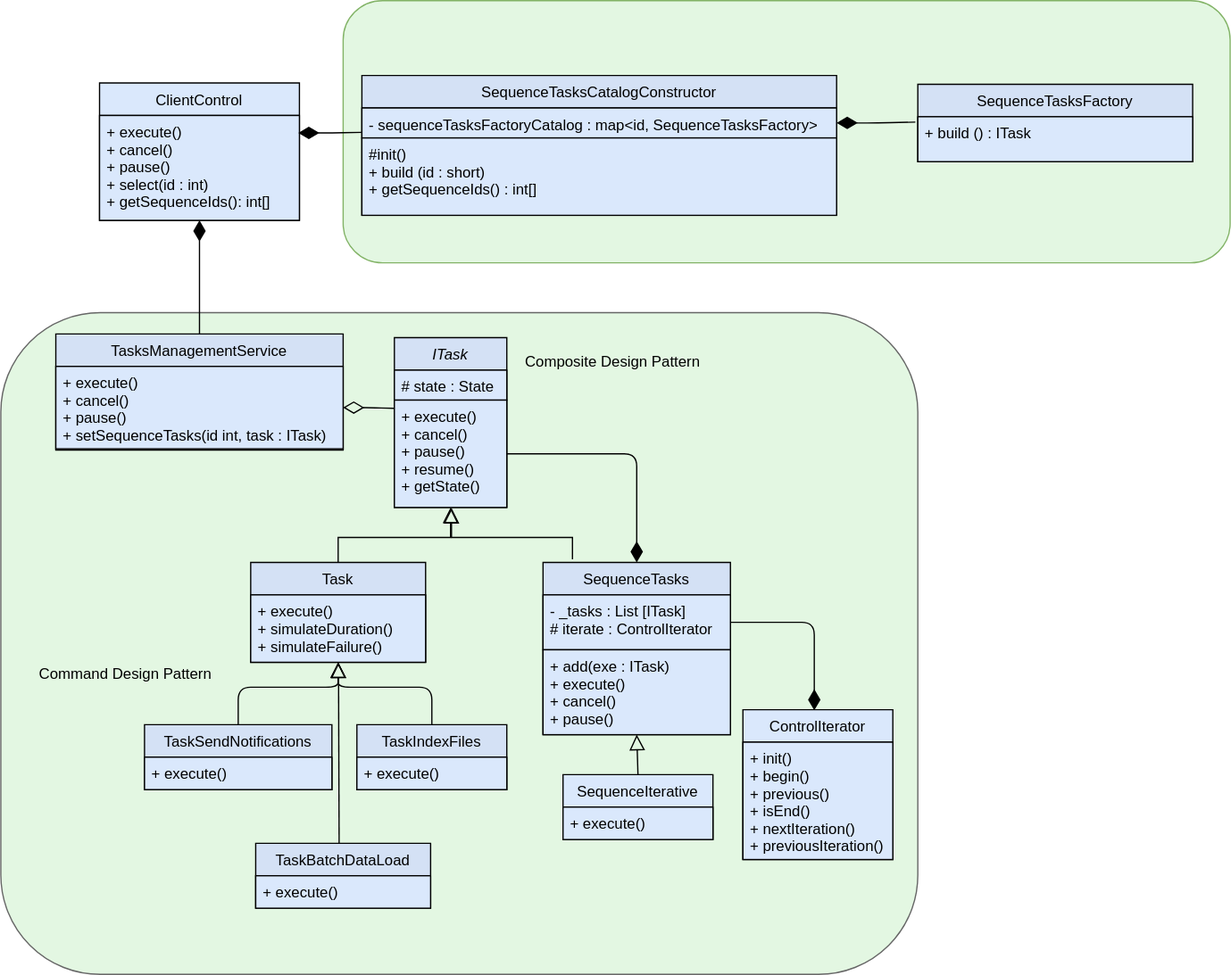
cguz/task-management-service keeps this draw.io diagram as design/TaskManagementService.svg. Above is the earlier version. Source tidied: cells renumbered, new cells last; positions are measured from the earlier drawing's top-left corner, leaving out a move shared by most shapes. Source of this version:
```xml
<mxGraphModel>
  <root>
    <mxCell id="0" />
    <mxCell id="1" parent="0" />
    <mxCell id="2" style="rounded=1;whiteSpace=wrap;html=1;strokeColor=#666666;fontColor=#333333;fillColor=#E3F7E2;" parent="1" vertex="1">
      <mxGeometry y="250" width="734" height="530" as="geometry" />
    </mxCell>
    <mxCell id="3" style="rounded=1;whiteSpace=wrap;html=1;strokeColor=#82b366;fillColor=#E3F7E2;" parent="1" vertex="1">
      <mxGeometry x="274" width="710" height="210" as="geometry" />
    </mxCell>
    <mxCell id="4" value="ITask" style="swimlane;fontStyle=2;align=center;verticalAlign=top;horizontal=1;startSize=26;rounded=0;shadow=0;strokeWidth=1;fillColor=#D4E1F5;" parent="1" vertex="1">
      <mxGeometry x="315" y="270" width="90" height="136" as="geometry" />
    </mxCell>
    <mxCell id="5" value="# state : State" style="text;align=left;verticalAlign=top;spacingLeft=4;spacingRight=4;overflow=hidden;fontStyle=0;fillColor=#dae8fc;strokeColor=#000000;" parent="4" vertex="1">
      <mxGeometry y="26" width="90" height="24" as="geometry" />
    </mxCell>
    <mxCell id="6" value="+ execute()&#10;+ cancel()&#10;+ pause()&#10;+ resume()&#10;+ getState()" style="text;align=left;verticalAlign=top;spacingLeft=4;spacingRight=4;overflow=hidden;points=[[0,0.5],[1,0.5]];portConstraint=eastwest;fillColor=#dae8fc;strokeColor=#000000;" parent="4" vertex="1">
      <mxGeometry y="50" width="90" height="86" as="geometry" />
    </mxCell>
    <mxCell id="7" value="Task" style="swimlane;fontStyle=0;align=center;verticalAlign=top;horizontal=1;startSize=26;rounded=0;shadow=0;strokeWidth=1;fillColor=#D4E1F5;" parent="1" vertex="1">
      <mxGeometry x="200" y="450" width="140" height="80" as="geometry" />
    </mxCell>
    <mxCell id="8" value="+ execute()&#10;+ simulateDuration()&#10;+ simulateFailure()" style="text;align=left;verticalAlign=top;spacingLeft=4;spacingRight=4;overflow=hidden;points=[[0,0.5],[1,0.5]];portConstraint=eastwest;fontStyle=0;fillColor=#dae8fc;strokeColor=#000000;" parent="7" vertex="1">
      <mxGeometry y="26" width="140" height="54" as="geometry" />
    </mxCell>
    <mxCell id="9" style="endArrow=block;endSize=10;endFill=0;shadow=0;strokeWidth=1;rounded=0;edgeStyle=elbowEdgeStyle;elbow=vertical;" parent="1" edge="1" source="7" target="4">
      <mxGeometry relative="1" as="geometry">
        <Array as="points">
          <mxPoint x="270" y="430" />
        </Array>
      </mxGeometry>
    </mxCell>
    <mxCell id="10" value="TaskIndexFiles" style="swimlane;fontStyle=0;align=center;verticalAlign=top;horizontal=1;startSize=26;rounded=0;shadow=0;strokeWidth=1;fillColor=#D4E1F5;" parent="1" vertex="1">
      <mxGeometry x="285" y="580" width="120" height="52" as="geometry" />
    </mxCell>
    <mxCell id="11" value="+ execute()" style="text;align=left;verticalAlign=top;spacingLeft=4;spacingRight=4;overflow=hidden;fontStyle=0;fillColor=#dae8fc;strokeColor=#000000;" parent="10" vertex="1">
      <mxGeometry y="26" width="120" height="26" as="geometry" />
    </mxCell>
    <mxCell id="12" value="TaskSendNotifications" style="swimlane;fontStyle=0;align=center;verticalAlign=top;horizontal=1;startSize=26;rounded=0;shadow=0;strokeWidth=1;fillColor=#D4E1F5;" parent="1" vertex="1">
      <mxGeometry x="115" y="580" width="150" height="52" as="geometry" />
    </mxCell>
    <mxCell id="13" value="+ execute()" style="text;align=left;verticalAlign=top;spacingLeft=4;spacingRight=4;overflow=hidden;fontStyle=0;fillColor=#dae8fc;strokeColor=#000000;" parent="12" vertex="1">
      <mxGeometry y="26" width="150" height="26" as="geometry" />
    </mxCell>
    <mxCell id="14" style="endArrow=block;endSize=10;endFill=0;html=1;entryX=0.5;entryY=1;entryDx=0;entryDy=0;exitX=0.5;exitY=0;exitDx=0;exitDy=0;" parent="1" edge="1" source="12" target="7">
      <mxGeometry relative="1" as="geometry">
        <Array as="points">
          <mxPoint x="190" y="550" />
          <mxPoint x="270" y="550" />
        </Array>
      </mxGeometry>
    </mxCell>
    <mxCell id="15" value="SequenceTasks" style="swimlane;fontStyle=0;align=center;verticalAlign=top;horizontal=1;startSize=26;rounded=0;shadow=0;strokeWidth=1;fillColor=#D4E1F5;" parent="1" vertex="1">
      <mxGeometry x="434" y="450" width="150" height="138" as="geometry" />
    </mxCell>
    <mxCell id="16" value="- _tasks : List [ITask]&#10;# iterate : ControlIterator&#10;" style="text;align=left;verticalAlign=top;spacingLeft=4;spacingRight=4;overflow=hidden;points=[[0,0.5],[1,0.5]];portConstraint=eastwest;fontStyle=0;fillColor=#dae8fc;strokeColor=#000000;" parent="15" vertex="1">
      <mxGeometry y="26" width="150" height="44" as="geometry" />
    </mxCell>
    <mxCell id="17" value="+ add(exe : ITask)&#10;+ execute()&#10;+ cancel()&#10;+ pause()&#10;&#10;" style="text;align=left;verticalAlign=top;spacingLeft=4;spacingRight=4;overflow=hidden;fontStyle=0;fillColor=#dae8fc;strokeColor=#000000;" parent="15" vertex="1">
      <mxGeometry y="70" width="150" height="68" as="geometry" />
    </mxCell>
    <mxCell id="18" value="SequenceIterative" style="swimlane;fontStyle=0;align=center;verticalAlign=top;horizontal=1;startSize=26;rounded=0;shadow=0;strokeWidth=1;fillColor=#dae8fc;" parent="1" vertex="1">
      <mxGeometry x="450" y="620" width="120" height="52" as="geometry" />
    </mxCell>
    <mxCell id="19" value="+ execute()" style="text;align=left;verticalAlign=top;spacingLeft=4;spacingRight=4;overflow=hidden;fontStyle=0;fillColor=#dae8fc;strokeColor=#000000;" parent="18" vertex="1">
      <mxGeometry y="26" width="120" height="26" as="geometry" />
    </mxCell>
    <mxCell id="20" style="endArrow=block;endSize=10;endFill=0;html=1;entryX=0.5;entryY=1;entryDx=0;entryDy=0;exitX=0.5;exitY=0;exitDx=0;exitDy=0;" parent="1" edge="1" source="18" target="15">
      <mxGeometry relative="1" as="geometry" />
    </mxCell>
    <mxCell id="21" style="endArrow=block;endSize=10;endFill=0;html=1;entryX=0.5;entryY=1;entryDx=0;entryDy=0;exitX=0.5;exitY=0;exitDx=0;exitDy=0;" parent="1" edge="1" source="10" target="7">
      <mxGeometry relative="1" as="geometry">
        <Array as="points">
          <mxPoint x="345" y="550" />
          <mxPoint x="270" y="550" />
        </Array>
      </mxGeometry>
    </mxCell>
    <mxCell id="22" style="endArrow=none;html=1;endSize=12;startArrow=diamondThin;startSize=14;startFill=1;edgeStyle=orthogonalEdgeStyle;align=left;verticalAlign=bottom;entryX=1;entryY=0.5;entryDx=0;entryDy=0;exitX=0.5;exitY=0;exitDx=0;exitDy=0;endFill=0;" parent="1" edge="1" source="15" target="6">
      <mxGeometry x="-1" y="3" relative="1" as="geometry" />
    </mxCell>
    <mxCell id="23" value="Composite Design Pattern" style="text;html=1;strokeColor=none;fillColor=none;align=center;verticalAlign=middle;whiteSpace=wrap;rounded=0;" parent="1" vertex="1">
      <mxGeometry x="410" y="280" width="160" height="20" as="geometry" />
    </mxCell>
    <mxCell id="24" value="Command Design Pattern" style="text;html=1;strokeColor=none;fillColor=none;align=center;verticalAlign=middle;whiteSpace=wrap;rounded=0;" parent="1" vertex="1">
      <mxGeometry x="20" y="530" width="160" height="20" as="geometry" />
    </mxCell>
    <mxCell id="25" value="TaskBatchDataLoad" style="swimlane;fontStyle=0;align=center;verticalAlign=top;horizontal=1;startSize=26;rounded=0;shadow=0;strokeWidth=1;fillColor=#D4E1F5;" parent="1" vertex="1">
      <mxGeometry x="204" y="675" width="140" height="52" as="geometry" />
    </mxCell>
    <mxCell id="26" value="+ execute()" style="text;align=left;verticalAlign=top;spacingLeft=4;spacingRight=4;overflow=hidden;fontStyle=0;fillColor=#dae8fc;strokeColor=#000000;" parent="25" vertex="1">
      <mxGeometry y="26" width="140" height="26" as="geometry" />
    </mxCell>
    <mxCell id="27" style="endArrow=block;endSize=10;endFill=0;html=1;exitX=0.477;exitY=-0.002;exitDx=0;exitDy=0;exitPerimeter=0;entryX=0.502;entryY=1.004;entryDx=0;entryDy=0;entryPerimeter=0;" parent="1" edge="1" source="25" target="8">
      <mxGeometry relative="1" as="geometry" />
    </mxCell>
    <mxCell id="28" value="TasksManagementService" style="swimlane;fontStyle=0;align=center;verticalAlign=top;horizontal=1;startSize=26;rounded=0;shadow=0;strokeWidth=1;fillColor=#D4E1F5;" parent="1" vertex="1">
      <mxGeometry x="44" y="267" width="230" height="93" as="geometry" />
    </mxCell>
    <mxCell id="29" value="+ execute()&#10;+ cancel()&#10;+ pause()&#10;+ setSequenceTasks(id int, task : ITask)" style="text;align=left;verticalAlign=top;spacingLeft=4;spacingRight=4;overflow=hidden;points=[[0,0.5],[1,0.5]];portConstraint=eastwest;fillColor=#dae8fc;strokeColor=#000000;" parent="28" vertex="1">
      <mxGeometry y="26" width="230" height="66" as="geometry" />
    </mxCell>
    <mxCell id="30" style="endArrow=none;html=1;endSize=12;startArrow=diamondThin;startSize=14;startFill=0;edgeStyle=orthogonalEdgeStyle;align=left;verticalAlign=bottom;entryX=0;entryY=0.077;entryDx=0;entryDy=0;entryPerimeter=0;endFill=0;" parent="1" edge="1" source="29" target="6">
      <mxGeometry x="-1" y="3" relative="1" as="geometry" />
    </mxCell>
    <mxCell id="31" value="ClientControl" style="swimlane;fontStyle=0;align=center;verticalAlign=top;horizontal=1;startSize=26;rounded=0;shadow=0;strokeWidth=1;fillColor=#dae8fc;" parent="1" vertex="1">
      <mxGeometry x="79" y="66" width="160" height="110" as="geometry" />
    </mxCell>
    <mxCell id="32" value="+ execute()&#10;+ cancel()&#10;+ pause()&#10;+ select(id : int)&#10;+ getSequenceIds(): int[]" style="text;align=left;verticalAlign=top;spacingLeft=4;spacingRight=4;overflow=hidden;points=[[0,0.5],[1,0.5]];portConstraint=eastwest;fillColor=#dae8fc;strokeColor=#000000;" parent="31" vertex="1">
      <mxGeometry y="26" width="160" height="84" as="geometry" />
    </mxCell>
    <mxCell id="33" value="SequenceTasksCatalogConstructor" style="swimlane;fontStyle=0;align=center;verticalAlign=top;horizontal=1;startSize=26;rounded=0;shadow=0;strokeWidth=1;fillColor=#D4E1F5;" parent="1" vertex="1">
      <mxGeometry x="289" y="60" width="380" height="112" as="geometry" />
    </mxCell>
    <mxCell id="34" value="- sequenceTasksFactoryCatalog : map&lt;id, SequenceTasksFactory&gt;&#10;" style="text;align=left;verticalAlign=top;spacingLeft=4;spacingRight=4;overflow=hidden;points=[[0,0.5],[1,0.5]];portConstraint=eastwest;fillColor=#dae8fc;strokeColor=#000000;" parent="33" vertex="1">
      <mxGeometry y="26" width="380" height="24" as="geometry" />
    </mxCell>
    <mxCell id="35" value="#init()&#10;+ build (id : short)&#10;+ getSequenceIds() : int[]&#10;" style="text;align=left;verticalAlign=top;spacingLeft=4;spacingRight=4;overflow=hidden;fillColor=#dae8fc;strokeColor=#000000;" parent="33" vertex="1">
      <mxGeometry y="50" width="380" height="62" as="geometry" />
    </mxCell>
    <mxCell id="36" value="SequenceTasksFactory" style="swimlane;fontStyle=0;align=center;verticalAlign=top;horizontal=1;startSize=26;rounded=0;shadow=0;strokeWidth=1;fillColor=#D4E1F5;" parent="1" vertex="1">
      <mxGeometry x="734" y="67" width="220" height="62" as="geometry" />
    </mxCell>
    <mxCell id="37" value="+ build () : ITask&#10;" style="text;align=left;verticalAlign=top;spacingLeft=4;spacingRight=4;overflow=hidden;points=[[0,0.5],[1,0.5]];portConstraint=eastwest;fillColor=#dae8fc;strokeColor=#000000;" parent="36" vertex="1">
      <mxGeometry y="26" width="220" height="36" as="geometry" />
    </mxCell>
    <mxCell id="38" style="endArrow=none;html=1;endSize=12;startArrow=diamondThin;startSize=14;startFill=1;edgeStyle=orthogonalEdgeStyle;align=left;verticalAlign=bottom;entryX=0.5;entryY=0;entryDx=0;entryDy=0;endFill=0;exitX=0.5;exitY=1;exitDx=0;exitDy=0;exitPerimeter=0;" parent="1" edge="1" source="32" target="28">
      <mxGeometry x="-1" y="3" relative="1" as="geometry" />
    </mxCell>
    <mxCell id="39" style="endArrow=none;html=1;endSize=12;startArrow=diamondThin;startSize=14;startFill=1;edgeStyle=orthogonalEdgeStyle;align=left;verticalAlign=bottom;endFill=0;exitX=0.994;exitY=0.167;exitDx=0;exitDy=0;exitPerimeter=0;entryX=0.001;entryY=0.812;entryDx=0;entryDy=0;entryPerimeter=0;" parent="1" edge="1" source="32" target="34">
      <mxGeometry x="-1" y="3" relative="1" as="geometry" />
    </mxCell>
    <mxCell id="40" style="endArrow=none;html=1;endSize=12;startArrow=diamondThin;startSize=14;startFill=1;edgeStyle=orthogonalEdgeStyle;align=left;verticalAlign=bottom;endFill=0;entryX=-0.009;entryY=0.12;entryDx=0;entryDy=0;entryPerimeter=0;" parent="1" edge="1" source="34" target="37">
      <mxGeometry x="-1" y="3" relative="1" as="geometry" />
    </mxCell>
    <mxCell id="41" style="endArrow=block;endSize=10;endFill=0;shadow=0;strokeWidth=1;rounded=0;edgeStyle=elbowEdgeStyle;elbow=vertical;exitX=0.157;exitY=-0.018;exitDx=0;exitDy=0;exitPerimeter=0;entryX=0.508;entryY=1.003;entryDx=0;entryDy=0;entryPerimeter=0;" parent="1" edge="1" source="15" target="6">
      <mxGeometry relative="1" as="geometry">
        <Array as="points">
          <mxPoint x="404" y="430" />
        </Array>
      </mxGeometry>
    </mxCell>
    <mxCell id="42" value="ControlIterator" style="swimlane;fontStyle=0;align=center;verticalAlign=top;horizontal=1;startSize=26;rounded=0;shadow=0;strokeWidth=1;fillColor=#dae8fc;" parent="1" vertex="1">
      <mxGeometry x="594" y="568" width="120" height="120" as="geometry" />
    </mxCell>
    <mxCell id="43" value="+ init()&#10;+ begin()&#10;+ previous()&#10;+ isEnd()&#10;+ nextIteration()&#10;+ previousIteration()&#10;" style="text;align=left;verticalAlign=top;spacingLeft=4;spacingRight=4;overflow=hidden;fontStyle=0;fillColor=#dae8fc;strokeColor=#000000;" parent="42" vertex="1">
      <mxGeometry y="26" width="120" height="94" as="geometry" />
    </mxCell>
    <mxCell id="44" style="endArrow=none;html=1;endSize=12;startArrow=diamondThin;startSize=14;startFill=1;edgeStyle=orthogonalEdgeStyle;align=left;verticalAlign=bottom;exitX=0.476;exitY=0.004;exitDx=0;exitDy=0;endFill=0;exitPerimeter=0;" parent="1" edge="1" source="42" target="16">
      <mxGeometry x="-1" y="3" relative="1" as="geometry" />
    </mxCell>
  </root>
</mxGraphModel>
```
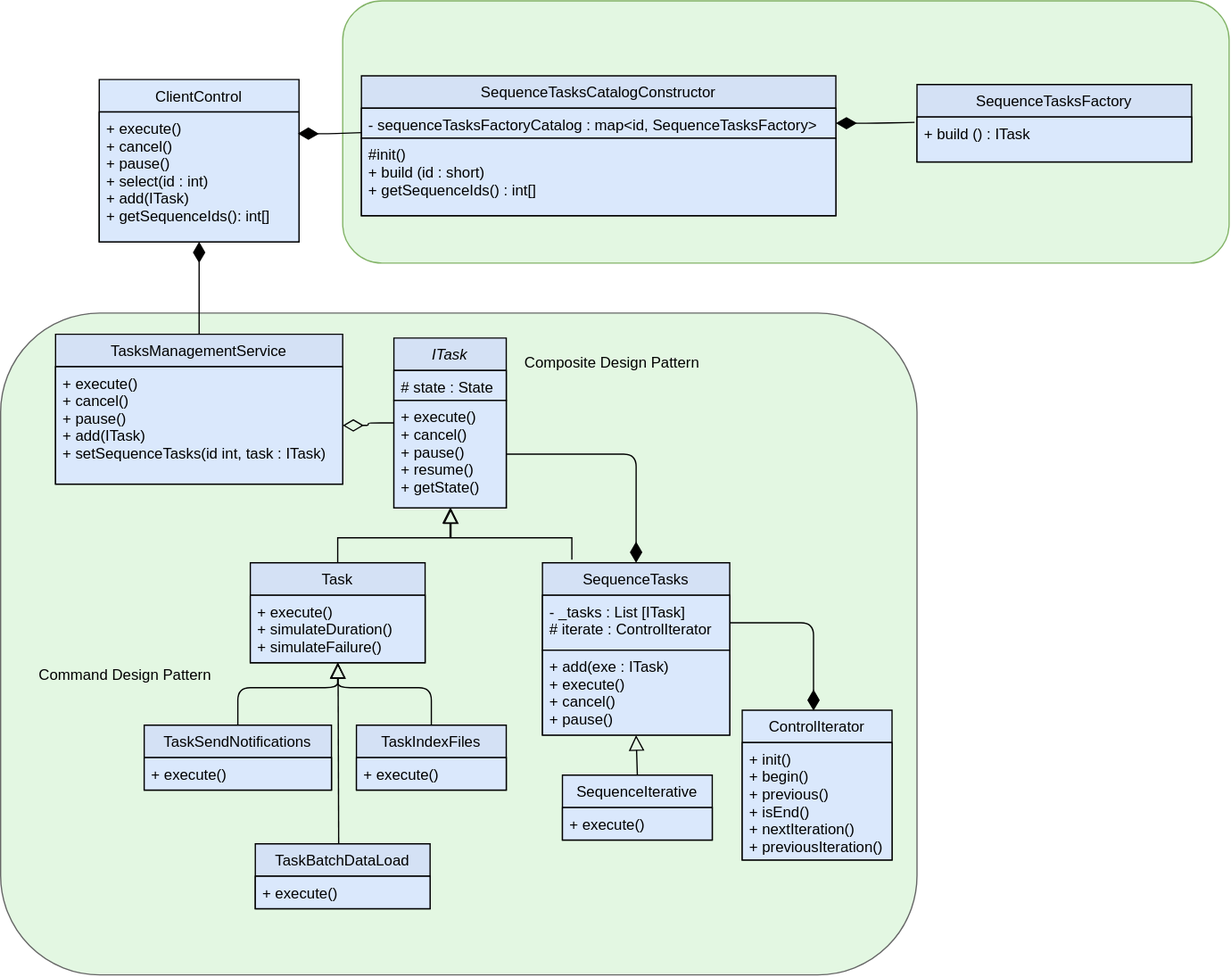
After the change.

Diff of the diagram source:
```diff
@@ -95,19 +95,21 @@
       <mxGeometry relative="1" as="geometry" />
     </mxCell>
     <mxCell id="28" value="TasksManagementService" style="swimlane;fontStyle=0;align=center;verticalAlign=top;horizontal=1;startSize=26;rounded=0;shadow=0;strokeWidth=1;fillColor=#D4E1F5;" parent="1" vertex="1">
-      <mxGeometry x="44" y="267" width="230" height="93" as="geometry" />
+      <mxGeometry x="44" y="267" width="230" height="120" as="geometry" />
     </mxCell>
-    <mxCell id="29" value="+ execute()&#10;+ cancel()&#10;+ pause()&#10;+ setSequenceTasks(id int, task : ITask)" style="text;align=left;verticalAlign=top;spacingLeft=4;spacingRight=4;overflow=hidden;points=[[0,0.5],[1,0.5]];portConstraint=eastwest;fillColor=#dae8fc;strokeColor=#000000;" parent="28" vertex="1">
-      <mxGeometry y="26" width="230" height="66" as="geometry" />
+    <mxCell id="29" value="+ execute()&#10;+ cancel()&#10;+ pause()&#10;+ add(ITask)&#10;+ setSequenceTasks(id int, task : ITask)" style="text;align=left;verticalAlign=top;spacingLeft=4;spacingRight=4;overflow=hidden;points=[[0,0.5],[1,0.5]];portConstraint=eastwest;fillColor=#dae8fc;strokeColor=#000000;" parent="28" vertex="1">
+      <mxGeometry y="26" width="230" height="94" as="geometry" />
     </mxCell>
-    <mxCell id="30" style="endArrow=none;html=1;endSize=12;startArrow=diamondThin;startSize=14;startFill=0;edgeStyle=orthogonalEdgeStyle;align=left;verticalAlign=bottom;entryX=0;entryY=0.077;entryDx=0;entryDy=0;entryPerimeter=0;endFill=0;" parent="1" edge="1" source="29" target="6">
-      <mxGeometry x="-1" y="3" relative="1" as="geometry" />
+    <mxCell id="30" style="endArrow=none;html=1;endSize=12;startArrow=diamondThin;startSize=14;startFill=0;edgeStyle=orthogonalEdgeStyle;align=left;verticalAlign=bottom;endFill=0;" parent="1" edge="1" source="29">
+      <mxGeometry x="-1" y="3" relative="1" as="geometry">
+        <mxPoint x="315" y="338" as="targetPoint" />
+      </mxGeometry>
     </mxCell>
     <mxCell id="31" value="ClientControl" style="swimlane;fontStyle=0;align=center;verticalAlign=top;horizontal=1;startSize=26;rounded=0;shadow=0;strokeWidth=1;fillColor=#dae8fc;" parent="1" vertex="1">
-      <mxGeometry x="79" y="66" width="160" height="110" as="geometry" />
+      <mxGeometry x="79" y="63" width="160" height="130" as="geometry" />
     </mxCell>
-    <mxCell id="32" value="+ execute()&#10;+ cancel()&#10;+ pause()&#10;+ select(id : int)&#10;+ getSequenceIds(): int[]" style="text;align=left;verticalAlign=top;spacingLeft=4;spacingRight=4;overflow=hidden;points=[[0,0.5],[1,0.5]];portConstraint=eastwest;fillColor=#dae8fc;strokeColor=#000000;" parent="31" vertex="1">
-      <mxGeometry y="26" width="160" height="84" as="geometry" />
+    <mxCell id="32" value="+ execute()&#10;+ cancel()&#10;+ pause()&#10;+ select(id : int)&#10;+ add(ITask)&#10;+ getSequenceIds(): int[]" style="text;align=left;verticalAlign=top;spacingLeft=4;spacingRight=4;overflow=hidden;points=[[0,0.5],[1,0.5]];portConstraint=eastwest;fillColor=#dae8fc;strokeColor=#000000;" parent="31" vertex="1">
+      <mxGeometry y="26" width="160" height="104" as="geometry" />
     </mxCell>
     <mxCell id="33" value="SequenceTasksCatalogConstructor" style="swimlane;fontStyle=0;align=center;verticalAlign=top;horizontal=1;startSize=26;rounded=0;shadow=0;strokeWidth=1;fillColor=#D4E1F5;" parent="1" vertex="1">
       <mxGeometry x="289" y="60" width="380" height="112" as="geometry" />
```
